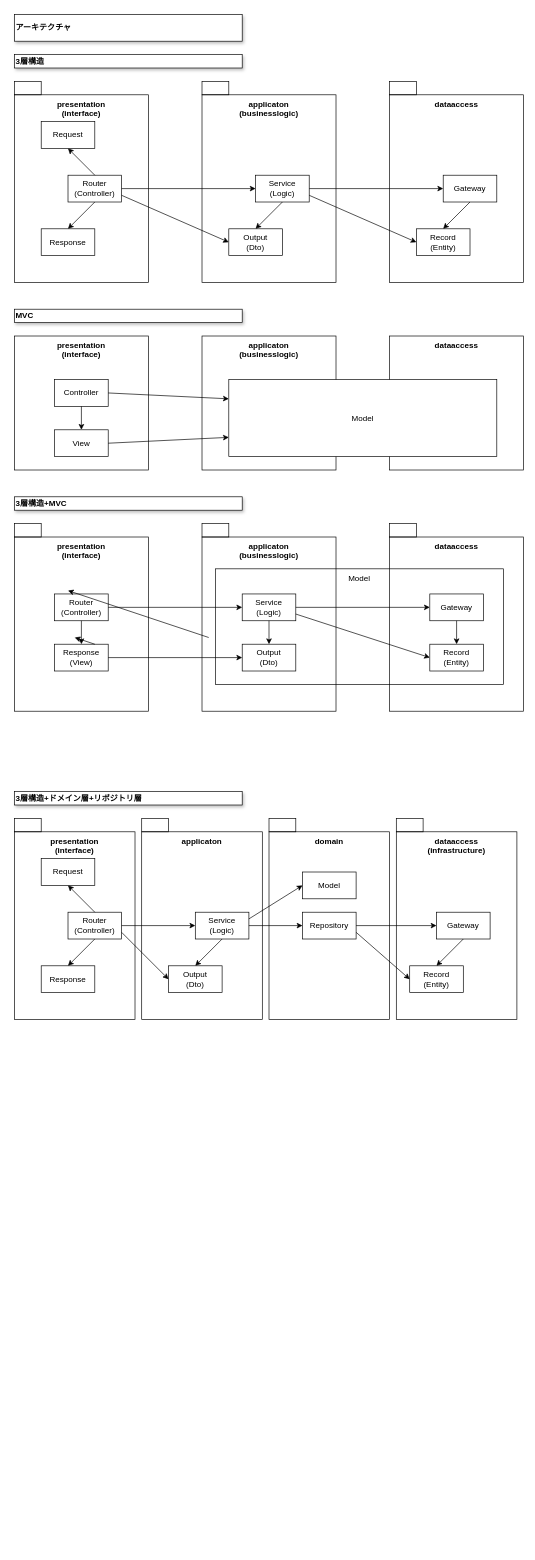
Earlier version of the draw.io diagram Reversi/docs/100_architecture.drawio (Gunj0/js-memo). Source tidied: cells renumbered, new cells numbered last; positions are measured from the earlier drawing's top-left corner, leaving out a move shared by most shapes. Both pictures are drawn from the tidied source at 67%, with x=0, y=0 at pixel (14, 14).
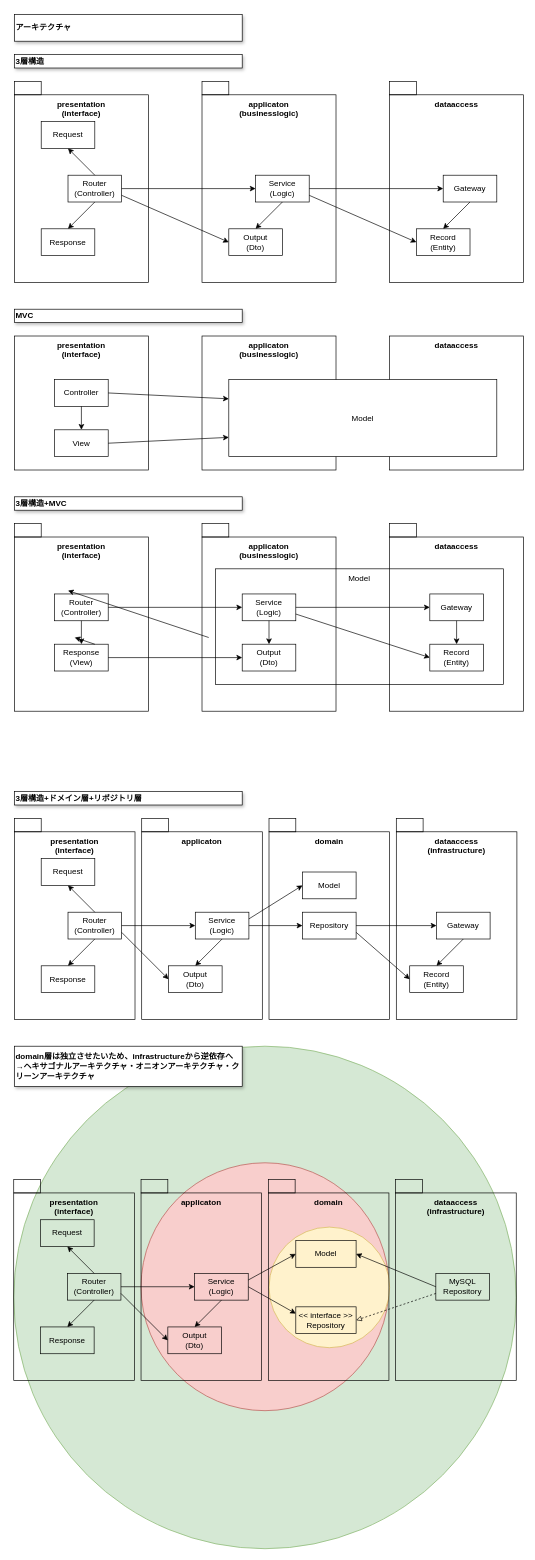
The same diagram, later.

Diff of the diagram source:
```diff
@@
+    <mxCell id="86" style="ellipse;whiteSpace=wrap;html=1;fillColor=#d5e8d4;strokeColor=#82b366;" parent="1" vertex="1">
+      <mxGeometry x="-1" y="1540" width="750" height="750" as="geometry" />
+    </mxCell>
+    <mxCell id="87" style="ellipse;whiteSpace=wrap;html=1;fillColor=#f8cecc;strokeColor=#b85450;" parent="1" vertex="1">
+      <mxGeometry x="189" y="1714" width="370" height="370" as="geometry" />
+    </mxCell>
+    <mxCell id="88" style="ellipse;whiteSpace=wrap;html=1;fillColor=#fff2cc;strokeColor=#d6b656;" parent="1" vertex="1">
+      <mxGeometry x="380" y="1810" width="180" height="180" as="geometry" />
+    </mxCell>
@@
+    <mxCell id="89" value="domain層は独立させたいため、infrastructureから逆依存へ&lt;br&gt;→ヘキサゴナルアーキテクチャ・オニオンアーキテクチャ・クリーンアーキテクチャ" style="rounded=0;whiteSpace=wrap;html=1;align=left;shadow=1;glass=0;fontStyle=1;" parent="1" vertex="1">
+      <mxGeometry y="1540" width="340" height="60" as="geometry" />
+    </mxCell>
+    <mxCell id="90" value="domain" style="rounded=0;whiteSpace=wrap;html=1;fillColor=none;verticalAlign=top;fontStyle=1;" parent="1" vertex="1">
+      <mxGeometry x="379" y="1759" width="180" height="280" as="geometry" />
+    </mxCell>
+    <mxCell id="91" value="presentation&lt;br&gt;(interface)" style="rounded=0;whiteSpace=wrap;html=1;fillColor=none;verticalAlign=top;fontStyle=1;" parent="1" vertex="1">
+      <mxGeometry x="-1" y="1759" width="180" height="280" as="geometry" />
+    </mxCell>
+    <mxCell id="92" style="rounded=0;whiteSpace=wrap;html=1;fillColor=none;" parent="1" vertex="1">
+      <mxGeometry x="-1" y="1739" width="40" height="20" as="geometry" />
+    </mxCell>
+    <mxCell id="93" value="applicaton" style="rounded=0;whiteSpace=wrap;html=1;fillColor=none;verticalAlign=top;fontStyle=1;" parent="1" vertex="1">
+      <mxGeometry x="189" y="1759" width="180" height="280" as="geometry" />
+    </mxCell>
+    <mxCell id="94" style="rounded=0;whiteSpace=wrap;html=1;fillColor=none;" parent="1" vertex="1">
+      <mxGeometry x="189" y="1739" width="40" height="20" as="geometry" />
+    </mxCell>
+    <mxCell id="95" value="dataaccess&lt;br&gt;(infrastructure)" style="rounded=0;whiteSpace=wrap;html=1;fillColor=none;verticalAlign=top;fontStyle=1;" parent="1" vertex="1">
+      <mxGeometry x="569" y="1759" width="180" height="280" as="geometry" />
+    </mxCell>
+    <mxCell id="96" style="rounded=0;whiteSpace=wrap;html=1;fillColor=none;" parent="1" vertex="1">
+      <mxGeometry x="569" y="1739" width="40" height="20" as="geometry" />
+    </mxCell>
+    <mxCell id="97" value="&lt;span style=&quot;font-weight: normal;&quot;&gt;Request&lt;/span&gt;" style="rounded=0;whiteSpace=wrap;html=1;fillColor=none;verticalAlign=middle;fontStyle=1;" parent="1" vertex="1">
+      <mxGeometry x="39" y="1799" width="80" height="40" as="geometry" />
+    </mxCell>
+    <mxCell id="98" value="&lt;span style=&quot;font-weight: normal;&quot;&gt;Router&lt;br&gt;(Controller)&lt;br&gt;&lt;/span&gt;" style="rounded=0;whiteSpace=wrap;html=1;fillColor=none;verticalAlign=middle;fontStyle=1;" parent="1" vertex="1">
+      <mxGeometry x="79" y="1879" width="80" height="40" as="geometry" />
+    </mxCell>
+    <mxCell id="99" value="&lt;span style=&quot;font-weight: normal;&quot;&gt;Response&lt;/span&gt;" style="rounded=0;whiteSpace=wrap;html=1;fillColor=none;verticalAlign=middle;fontStyle=1;" parent="1" vertex="1">
+      <mxGeometry x="39" y="1959" width="80" height="40" as="geometry" />
+    </mxCell>
+    <mxCell id="100" value="&lt;span style=&quot;font-weight: normal;&quot;&gt;Service&lt;br&gt;(Logic)&lt;br&gt;&lt;/span&gt;" style="rounded=0;whiteSpace=wrap;html=1;fillColor=none;verticalAlign=middle;fontStyle=1;" parent="1" vertex="1">
+      <mxGeometry x="269" y="1879" width="80" height="40" as="geometry" />
+    </mxCell>
+    <mxCell id="101" value="&lt;span style=&quot;font-weight: normal;&quot;&gt;Output&lt;br&gt;(Dto)&lt;br&gt;&lt;/span&gt;" style="rounded=0;whiteSpace=wrap;html=1;fillColor=none;verticalAlign=middle;fontStyle=1;" parent="1" vertex="1">
+      <mxGeometry x="229" y="1959" width="80" height="40" as="geometry" />
+    </mxCell>
+    <mxCell id="102" style="endArrow=classic;html=1;entryX=0.5;entryY=1;entryDx=0;entryDy=0;exitX=0.5;exitY=0;exitDx=0;exitDy=0;" parent="1" edge="1" source="98" target="97">
+      <mxGeometry relative="1" as="geometry" />
+    </mxCell>
+    <mxCell id="103" style="endArrow=classic;html=1;entryX=0.5;entryY=0;entryDx=0;entryDy=0;exitX=0.5;exitY=1;exitDx=0;exitDy=0;" parent="1" edge="1" source="98" target="99">
+      <mxGeometry relative="1" as="geometry" />
+    </mxCell>
+    <mxCell id="104" style="endArrow=classic;html=1;entryX=0;entryY=0.5;entryDx=0;entryDy=0;exitX=1;exitY=0.5;exitDx=0;exitDy=0;" parent="1" edge="1" source="98" target="100">
+      <mxGeometry relative="1" as="geometry" />
+    </mxCell>
+    <mxCell id="105" style="endArrow=classic;html=1;entryX=0;entryY=0.5;entryDx=0;entryDy=0;exitX=1;exitY=0.75;exitDx=0;exitDy=0;" parent="1" edge="1" source="98" target="101">
+      <mxGeometry relative="1" as="geometry" />
+    </mxCell>
+    <mxCell id="106" style="endArrow=classic;html=1;exitX=0.5;exitY=1;exitDx=0;exitDy=0;entryX=0.5;entryY=0;entryDx=0;entryDy=0;" parent="1" edge="1" source="100" target="101">
+      <mxGeometry relative="1" as="geometry" />
+    </mxCell>
+    <mxCell id="107" style="edgeStyle=none;html=1;exitX=0;exitY=0.75;exitDx=0;exitDy=0;entryX=1;entryY=0.5;entryDx=0;entryDy=0;dashed=1;endArrow=block;endFill=0;" parent="1" edge="1" source="108" target="113">
+      <mxGeometry relative="1" as="geometry" />
+    </mxCell>
+    <mxCell id="108" value="&lt;span style=&quot;font-weight: normal;&quot;&gt;MySQL&lt;br&gt;Repository&lt;br&gt;&lt;/span&gt;" style="rounded=0;whiteSpace=wrap;html=1;fillColor=none;verticalAlign=middle;fontStyle=1;" parent="1" vertex="1">
+      <mxGeometry x="629" y="1879" width="80" height="40" as="geometry" />
+    </mxCell>
+    <mxCell id="109" style="endArrow=classic;html=1;exitX=1;exitY=0.5;exitDx=0;exitDy=0;entryX=0;entryY=0.25;entryDx=0;entryDy=0;" parent="1" edge="1" source="100" target="113">
+      <mxGeometry relative="1" as="geometry" />
+    </mxCell>
+    <mxCell id="110" style="rounded=0;whiteSpace=wrap;html=1;fillColor=none;" parent="1" vertex="1">
+      <mxGeometry x="379" y="1739" width="40" height="20" as="geometry" />
+    </mxCell>
+    <mxCell id="111" value="&lt;span style=&quot;font-weight: normal;&quot;&gt;Model&lt;br&gt;&lt;/span&gt;" style="rounded=0;whiteSpace=wrap;html=1;fillColor=none;verticalAlign=middle;fontStyle=1;" parent="1" vertex="1">
+      <mxGeometry x="420" y="1830" width="90" height="40" as="geometry" />
+    </mxCell>
+    <mxCell id="112" style="endArrow=classic;html=1;exitX=1;exitY=0.25;exitDx=0;exitDy=0;entryX=0;entryY=0.5;entryDx=0;entryDy=0;" parent="1" edge="1" source="100" target="111">
+      <mxGeometry relative="1" as="geometry" />
+    </mxCell>
+    <mxCell id="113" value="&lt;span style=&quot;font-weight: normal;&quot;&gt;&amp;lt;&amp;lt; interface &amp;gt;&amp;gt;&lt;br&gt;Repository&lt;br&gt;&lt;/span&gt;" style="rounded=0;whiteSpace=wrap;html=1;fillColor=none;verticalAlign=middle;fontStyle=1;" parent="1" vertex="1">
+      <mxGeometry x="420" y="1929" width="90" height="40" as="geometry" />
+    </mxCell>
+    <mxCell id="114" style="endArrow=classic;html=1;exitX=0;exitY=0.5;exitDx=0;exitDy=0;entryX=1;entryY=0.5;entryDx=0;entryDy=0;" parent="1" edge="1" source="108" target="111">
+      <mxGeometry relative="1" as="geometry" />
+    </mxCell>
```
